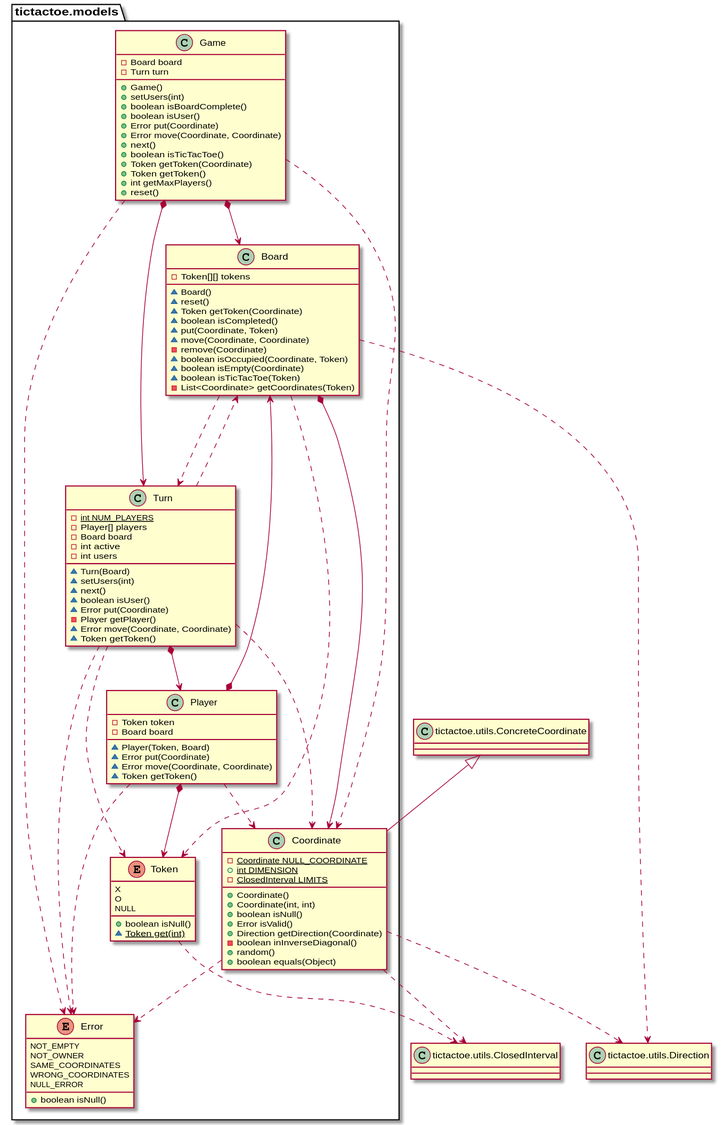
The PlantUML diagram documentView/withoutFactoryMethod/docs/diagrams/out/paquetes/tictactoe.models.svg in Jolucaa/USantaTecla-project-ticTacToe, before a commit.
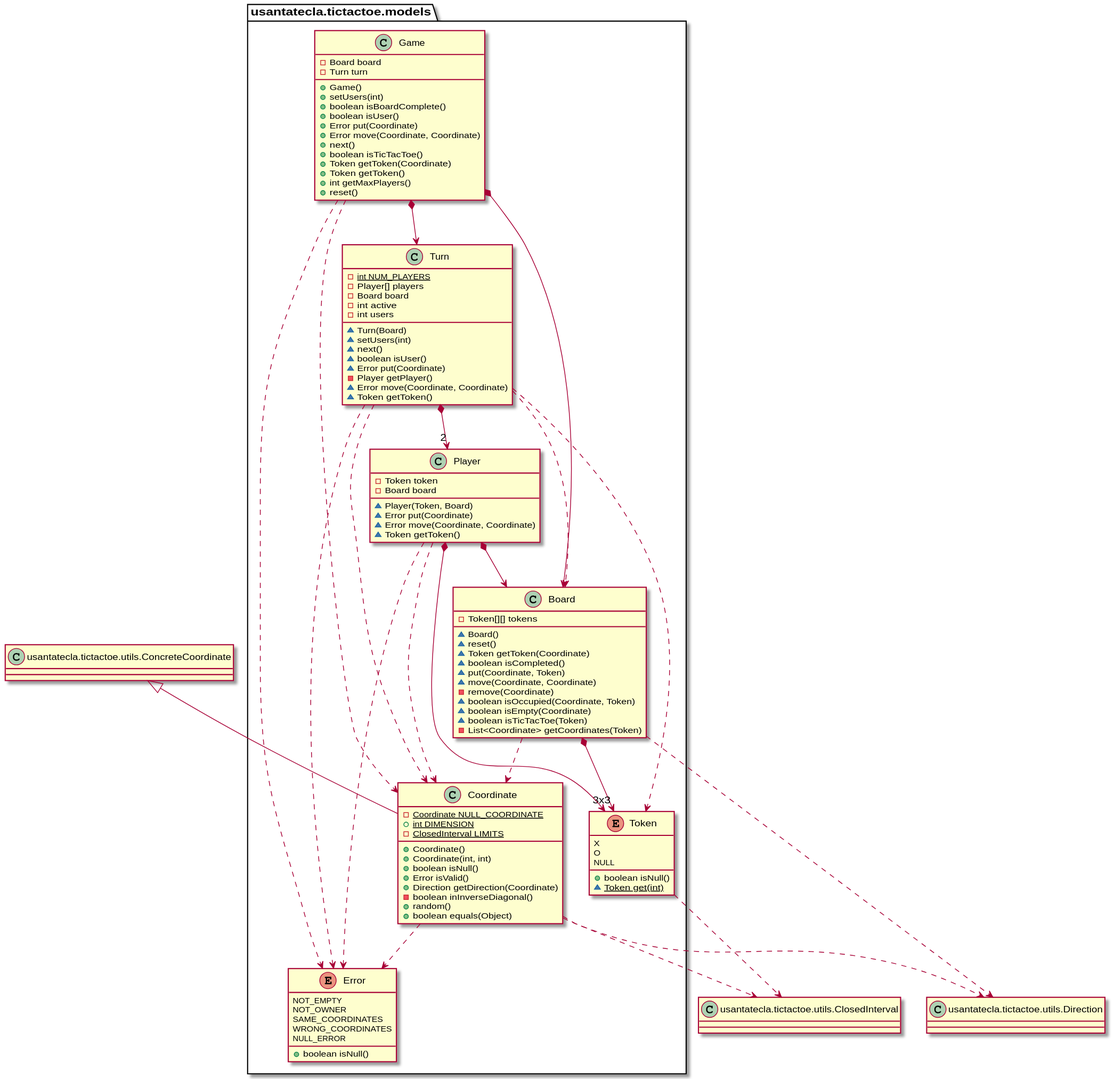
The same file after the commit.

Diff of the diagram source:
```diff
@@ -1,5 +1,5 @@
 @startuml
-class  tictactoe.models.Board{
+class  usantatecla.tictactoe.models.Board{
 - Token[][] tokens
 ~ Board()
 ~ reset()
@@ -14,16 +14,15 @@
 - List<Coordinate> getCoordinates(Token)
 }
 
-class ClosedInterval as "tictactoe.utils.ClosedInterval"
-class ConcreteCoordinate as "tictactoe.utils.ConcreteCoordinate"
-class Direction as "tictactoe.utils.Direction"
+class ClosedInterval as "usantatecla.tictactoe.utils.ClosedInterval"
+class ConcreteCoordinate as "usantatecla.tictactoe.utils.ConcreteCoordinate"
+class Direction as "usantatecla.tictactoe.utils.Direction"
 
-tictactoe.models.Board *-down-> tictactoe.models.Coordinate
-tictactoe.models.Board ..> tictactoe.models.Token
-tictactoe.models.Board ..> tictactoe.models.Turn
-tictactoe.models.Board ..> Direction
+usantatecla.tictactoe.models.Board ..> usantatecla.tictactoe.models.Coordinate
+usantatecla.tictactoe.models.Board *-down-> "3x3" usantatecla.tictactoe.models.Token
+usantatecla.tictactoe.models.Board ..> Direction
 
-class  tictactoe.models.Coordinate{
+class  usantatecla.tictactoe.models.Coordinate{
 - {static} Coordinate NULL_COORDINATE
 + {static} int DIMENSION
 - {static} ClosedInterval LIMITS
@@ -36,12 +35,12 @@
 + random()
 + boolean equals(Object)
 }
-ConcreteCoordinate <|-down- tictactoe.models.Coordinate
-tictactoe.models.Coordinate ..> tictactoe.models.Error
-tictactoe.models.Coordinate ..> Direction
-tictactoe.models.Coordinate ..> ClosedInterval
+ConcreteCoordinate <|-down- usantatecla.tictactoe.models.Coordinate
+usantatecla.tictactoe.models.Coordinate ..> usantatecla.tictactoe.models.Error
+usantatecla.tictactoe.models.Coordinate ..> Direction
+usantatecla.tictactoe.models.Coordinate ..> ClosedInterval
 
-enum  tictactoe.models.Error{
+enum  usantatecla.tictactoe.models.Error{
 NOT_EMPTY
 NOT_OWNER
 SAME_COORDINATES
@@ -50,7 +49,7 @@
 + boolean isNull()
 }
 
-class  tictactoe.models.Game{
+class  usantatecla.tictactoe.models.Game{
 - Board board
 - Turn turn
 + Game()
@@ -66,12 +65,12 @@
 + int getMaxPlayers()
 + reset()
 }
-tictactoe.models.Game *-down-> tictactoe.models.Board
-tictactoe.models.Game *-down-> tictactoe.models.Turn
-tictactoe.models.Game ..> tictactoe.models.Coordinate
-tictactoe.models.Game ..> tictactoe.models.Error
+usantatecla.tictactoe.models.Game *-down-> usantatecla.tictactoe.models.Board
+usantatecla.tictactoe.models.Game *-down-> usantatecla.tictactoe.models.Turn
+usantatecla.tictactoe.models.Game ..> usantatecla.tictactoe.models.Coordinate
+usantatecla.tictactoe.models.Game ..> usantatecla.tictactoe.models.Error
 
-class  tictactoe.models.Player{
+class  usantatecla.tictactoe.models.Player{
 - Token token
 - Board board
 ~ Player(Token, Board)
@@ -79,12 +78,12 @@
 ~ Error move(Coordinate, Coordinate)
 ~ Token getToken()
 }
-tictactoe.models.Player *-down-> tictactoe.models.Token
-tictactoe.models.Player *-down-> tictactoe.models.Board
-tictactoe.models.Player ..> tictactoe.models.Coordinate
-tictactoe.models.Player ..> tictactoe.models.Error
+usantatecla.tictactoe.models.Player *-down-> usantatecla.tictactoe.models.Token
+usantatecla.tictactoe.models.Player *-down-> usantatecla.tictactoe.models.Board
+usantatecla.tictactoe.models.Player ..> usantatecla.tictactoe.models.Coordinate
+usantatecla.tictactoe.models.Player ..> usantatecla.tictactoe.models.Error
 
-enum  tictactoe.models.Token{
+enum  usantatecla.tictactoe.models.Token{
 X
 O
 NULL
@@ -92,9 +91,9 @@
 ~ {static} Token get(int)
 }
 
-tictactoe.models.Token ..> ClosedInterval
+usantatecla.tictactoe.models.Token ..> ClosedInterval
 
-class  tictactoe.models.Turn{
+class  usantatecla.tictactoe.models.Turn{
 - {static} int NUM_PLAYERS
 - Player[] players
 - Board board
@@ -110,9 +109,9 @@
 ~ Token getToken()
 }
 
-tictactoe.models.Turn *-down-> tictactoe.models.Player
-tictactoe.models.Turn ..down-> tictactoe.models.Board
-tictactoe.models.Turn ..down-> tictactoe.models.Token
-tictactoe.models.Turn ..down-> tictactoe.models.Coordinate
-tictactoe.models.Turn ..down-> tictactoe.models.Error
+usantatecla.tictactoe.models.Turn *-down-> "2" usantatecla.tictactoe.models.Player
+usantatecla.tictactoe.models.Turn ..down-> usantatecla.tictactoe.models.Board
+usantatecla.tictactoe.models.Turn ..down-> usantatecla.tictactoe.models.Token
+usantatecla.tictactoe.models.Turn ..down-> usantatecla.tictactoe.models.Coordinate
+usantatecla.tictactoe.models.Turn ..down-> usantatecla.tictactoe.models.Error
 @enduml
```
